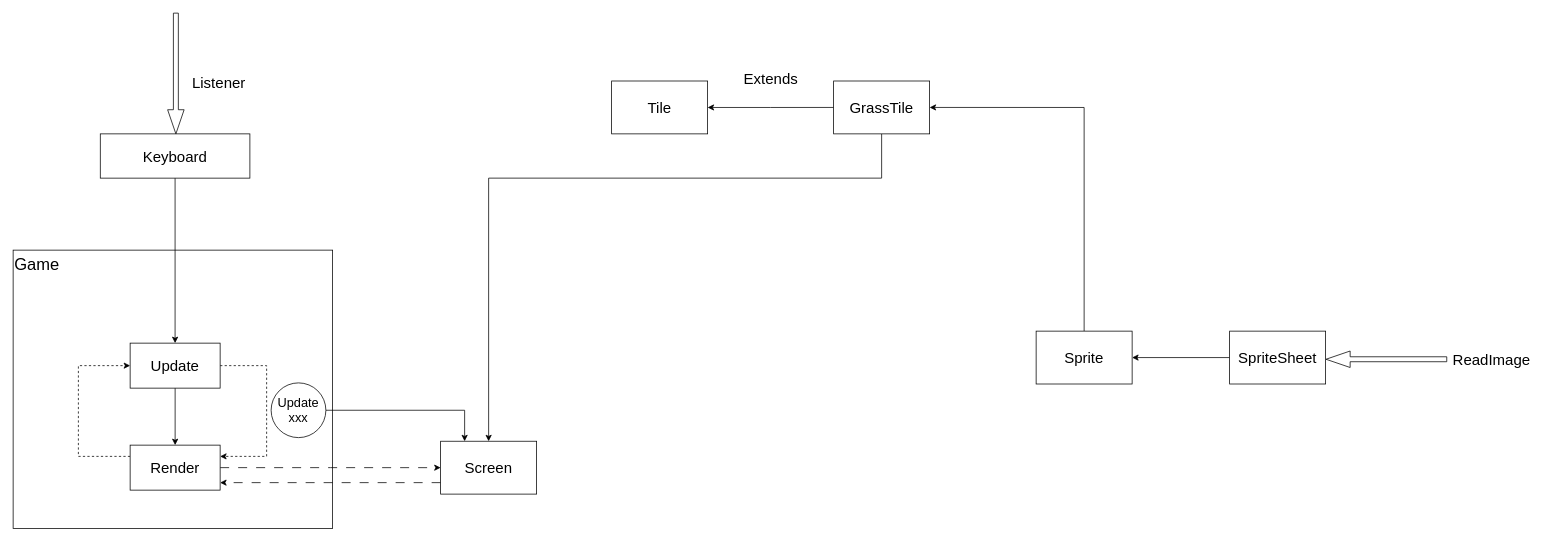
Above: Game.drawio in xiaodongYao/DrawIO (draw.io), before the change. Source tidied: cells renumbered, new cells numbered last; positions are measured from the earlier drawing's top-left corner, leaving out a move shared by most shapes. Both pictures are drawn from the tidied source at 75%, with x=0, y=0 at pixel (13, 13).
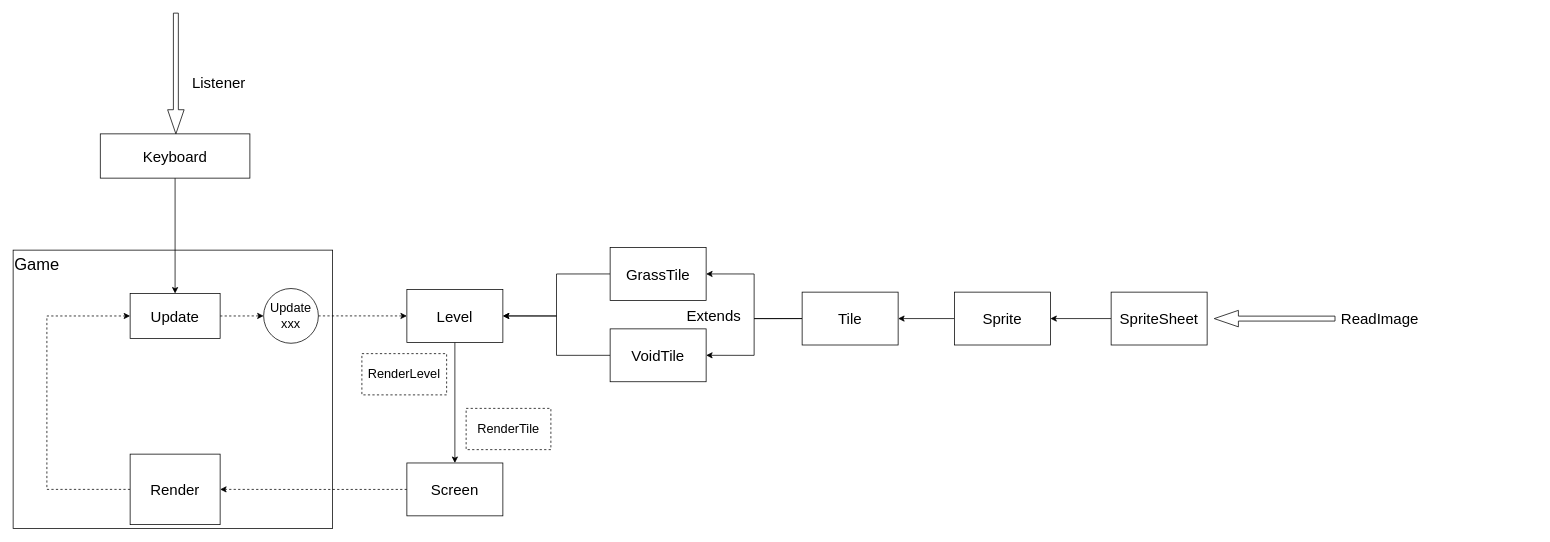
After the change.

The edit, as a diff of the source:
```diff
@@
-    <mxCell id="3" style="edgeStyle=orthogonalEdgeStyle;rounded=0;orthogonalLoop=1;jettySize=auto;html=1;exitX=0;exitY=0.5;exitDx=0;exitDy=0;dashed=1;dashPattern=12 12;" parent="1" edge="1">
-      <mxGeometry relative="1" as="geometry">
-        <mxPoint x="570" y="626" as="sourcePoint" />
-        <mxPoint x="276" y="626" as="targetPoint" />
-      </mxGeometry>
-    </mxCell>
+    <mxCell id="28" style="edgeStyle=orthogonalEdgeStyle;rounded=0;jettySize=auto;html=1;exitX=0;exitY=0.5;exitDx=0;exitDy=0;entryX=1;entryY=0.5;entryDx=0;entryDy=0;dashed=1;" parent="1" edge="1" source="4" target="14">
+      <mxGeometry relative="1" as="geometry" />
+    </mxCell>
     <mxCell id="4" value="Screen" style="rounded=0;whiteSpace=wrap;html=1;align=center;verticalAlign=middle;fontSize=20;" parent="1" vertex="1">
-      <mxGeometry x="570" y="570.8" width="128" height="70.5" as="geometry" />
+      <mxGeometry x="525" y="599.8" width="128" height="70.5" as="geometry" />
     </mxCell>
@@
-    <mxCell id="9" style="edgeStyle=orthogonalEdgeStyle;rounded=0;jettySize=auto;html=1;exitX=0.5;exitY=1;exitDx=0;exitDy=0;" parent="1" edge="1" source="11" target="14">
-      <mxGeometry relative="1" as="geometry" />
-    </mxCell>
-    <mxCell id="10" style="edgeStyle=orthogonalEdgeStyle;rounded=0;jettySize=auto;html=1;exitX=1;exitY=0.5;exitDx=0;exitDy=0;entryX=1;entryY=0.25;entryDx=0;entryDy=0;dashed=1;" parent="1" edge="1" source="11" target="14">
-      <mxGeometry relative="1" as="geometry">
-        <Array as="points">
-          <mxPoint x="338" y="470" />
-          <mxPoint x="338" y="591" />
-        </Array>
-      </mxGeometry>
-    </mxCell>
+    <mxCell id="29" style="edgeStyle=orthogonalEdgeStyle;rounded=0;jettySize=auto;html=1;exitX=1;exitY=0.5;exitDx=0;exitDy=0;entryX=0;entryY=0.5;entryDx=0;entryDy=0;dashed=1;" parent="1" edge="1" source="11" target="22">
+      <mxGeometry relative="1" as="geometry" />
+    </mxCell>
     <mxCell id="11" value="Update" style="rounded=0;whiteSpace=wrap;html=1;fontSize=20;" parent="1" vertex="1">
-      <mxGeometry x="156" y="440" width="120" height="60" as="geometry" />
+      <mxGeometry x="156" y="373.8" width="120" height="60" as="geometry" />
     </mxCell>
-    <mxCell id="12" style="edgeStyle=orthogonalEdgeStyle;rounded=0;jettySize=auto;html=1;exitX=0;exitY=0.25;exitDx=0;exitDy=0;entryX=0;entryY=0.5;entryDx=0;entryDy=0;dashed=1;" parent="1" edge="1" source="14" target="11">
+    <mxCell id="12" style="edgeStyle=orthogonalEdgeStyle;rounded=0;jettySize=auto;html=1;exitX=0;exitY=0.5;exitDx=0;exitDy=0;entryX=0;entryY=0.5;entryDx=0;entryDy=0;dashed=1;" parent="1" edge="1" source="14" target="11">
       <mxGeometry relative="1" as="geometry">
         <Array as="points">
-          <mxPoint x="87" y="591" />
-          <mxPoint x="87" y="470" />
+          <mxPoint x="45" y="635" />
+          <mxPoint x="45" y="404" />
         </Array>
       </mxGeometry>
     </mxCell>
-    <mxCell id="13" style="edgeStyle=orthogonalEdgeStyle;rounded=0;jettySize=auto;html=1;exitX=1;exitY=0.5;exitDx=0;exitDy=0;entryX=0;entryY=0.5;entryDx=0;entryDy=0;dashed=1;dashPattern=12 12;" parent="1" edge="1" source="14" target="4">
-      <mxGeometry relative="1" as="geometry" />
-    </mxCell>
     <mxCell id="14" value="Render" style="rounded=0;whiteSpace=wrap;html=1;fontSize=20;" parent="1" vertex="1">
-      <mxGeometry x="156" y="576" width="120" height="60" as="geometry" />
+      <mxGeometry x="156" y="588" width="120" height="94" as="geometry" />
     </mxCell>
@@
     <mxCell id="16" value="SpriteSheet" style="rounded=0;whiteSpace=wrap;html=1;align=center;verticalAlign=middle;fontSize=20;" parent="1" vertex="1">
-      <mxGeometry x="1622" y="424" width="128" height="70.5" as="geometry" />
+      <mxGeometry x="1464" y="372" width="128" height="70.5" as="geometry" />
     </mxCell>
-    <mxCell id="17" style="edgeStyle=orthogonalEdgeStyle;rounded=0;jettySize=auto;html=1;exitX=0.5;exitY=0;exitDx=0;exitDy=0;entryX=1;entryY=0.5;entryDx=0;entryDy=0;" parent="1" edge="1" source="18" target="25">
-      <mxGeometry relative="1" as="geometry" />
-    </mxCell>
+    <mxCell id="30" style="edgeStyle=orthogonalEdgeStyle;rounded=0;jettySize=auto;html=1;exitX=0;exitY=0.5;exitDx=0;exitDy=0;entryX=1;entryY=0.5;entryDx=0;entryDy=0;" parent="1" edge="1" source="18" target="26">
+      <mxGeometry relative="1" as="geometry" />
+    </mxCell>
     <mxCell id="18" value="Sprite" style="rounded=0;whiteSpace=wrap;html=1;align=center;verticalAlign=middle;fontSize=20;" parent="1" vertex="1">
-      <mxGeometry x="1364" y="424" width="128" height="70.5" as="geometry" />
+      <mxGeometry x="1255" y="372" width="128" height="70.5" as="geometry" />
     </mxCell>
     <mxCell id="19" style="shape=singleArrow;direction=south;whiteSpace=wrap;html=1;rotation=90;" parent="1" vertex="1">
-      <mxGeometry x="1820" y="381" width="22" height="161" as="geometry" />
+      <mxGeometry x="1671" y="326.8" width="22" height="161" as="geometry" />
     </mxCell>
     <mxCell id="20" value="ReadImage" style="text;html=1;align=center;verticalAlign=middle;whiteSpace=wrap;rounded=0;fontSize=20;" parent="1" vertex="1">
-      <mxGeometry x="1912" y="435" width="119" height="53" as="geometry" />
+      <mxGeometry x="1763" y="380.8" width="119" height="53" as="geometry" />
     </mxCell>
-    <mxCell id="21" style="edgeStyle=orthogonalEdgeStyle;rounded=0;jettySize=auto;html=1;exitX=1;exitY=0.5;exitDx=0;exitDy=0;entryX=0.25;entryY=0;entryDx=0;entryDy=0;" parent="1" edge="1" source="22" target="4">
-      <mxGeometry relative="1" as="geometry" />
-    </mxCell>
+    <mxCell id="31" style="edgeStyle=orthogonalEdgeStyle;rounded=0;jettySize=auto;html=1;exitX=1;exitY=0.5;exitDx=0;exitDy=0;entryX=0;entryY=0.5;entryDx=0;entryDy=0;dashed=1;" parent="1" edge="1" source="22" target="36">
+      <mxGeometry relative="1" as="geometry" />
+    </mxCell>
     <mxCell id="22" value="Update xxx" style="ellipse;whiteSpace=wrap;html=1;fontSize=17;" parent="1" vertex="1">
-      <mxGeometry x="344" y="493" width="73" height="73" as="geometry" />
+      <mxGeometry x="334" y="367.2" width="73" height="73" as="geometry" />
     </mxCell>
-    <mxCell id="23" style="edgeStyle=orthogonalEdgeStyle;rounded=0;jettySize=auto;html=1;exitX=0.5;exitY=1;exitDx=0;exitDy=0;entryX=0.5;entryY=0;entryDx=0;entryDy=0;" parent="1" edge="1" source="25" target="4">
-      <mxGeometry relative="1" as="geometry">
-        <Array as="points">
-          <mxPoint x="1158" y="220" />
-          <mxPoint x="634" y="220" />
-        </Array>
-      </mxGeometry>
-    </mxCell>
-    <mxCell id="24" style="edgeStyle=orthogonalEdgeStyle;rounded=0;jettySize=auto;html=1;exitX=0;exitY=0.5;exitDx=0;exitDy=0;" parent="1" edge="1" source="25" target="26">
-      <mxGeometry relative="1" as="geometry" />
-    </mxCell>
+    <mxCell id="32" style="edgeStyle=orthogonalEdgeStyle;rounded=0;jettySize=auto;html=1;exitX=0;exitY=0.5;exitDx=0;exitDy=0;entryX=1;entryY=0.5;entryDx=0;entryDy=0;" parent="1" edge="1" source="25" target="36">
+      <mxGeometry relative="1" as="geometry" />
+    </mxCell>
     <mxCell id="25" value="GrassTile" style="rounded=0;whiteSpace=wrap;html=1;align=center;verticalAlign=middle;fontSize=20;" parent="1" vertex="1">
-      <mxGeometry x="1094" y="90.5" width="128" height="70.5" as="geometry" />
+      <mxGeometry x="796" y="312.5" width="128" height="70.5" as="geometry" />
     </mxCell>
+    <mxCell id="33" style="edgeStyle=orthogonalEdgeStyle;rounded=0;jettySize=auto;html=1;exitX=0;exitY=0.5;exitDx=0;exitDy=0;entryX=1;entryY=0.5;entryDx=0;entryDy=0;" parent="1" edge="1" source="26" target="25">
+      <mxGeometry relative="1" as="geometry" />
+    </mxCell>
+    <mxCell id="34" style="edgeStyle=orthogonalEdgeStyle;rounded=0;jettySize=auto;html=1;exitX=0;exitY=0.5;exitDx=0;exitDy=0;entryX=1;entryY=0.5;entryDx=0;entryDy=0;" parent="1" edge="1" source="26" target="38">
+      <mxGeometry relative="1" as="geometry" />
+    </mxCell>
     <mxCell id="26" value="Tile" style="rounded=0;whiteSpace=wrap;html=1;align=center;verticalAlign=middle;fontSize=20;" parent="1" vertex="1">
-      <mxGeometry x="798" y="90.5" width="128" height="70.5" as="geometry" />
+      <mxGeometry x="1052" y="372" width="128" height="70.5" as="geometry" />
     </mxCell>
     <mxCell id="27" value="Extends" style="text;html=1;align=center;verticalAlign=middle;whiteSpace=wrap;rounded=0;fontSize=20;" parent="1" vertex="1">
-      <mxGeometry x="963" y="65" width="95" height="44" as="geometry" />
+      <mxGeometry x="887" y="380.8" width="95" height="44" as="geometry" />
     </mxCell>
+    <mxCell id="35" style="edgeStyle=orthogonalEdgeStyle;rounded=0;jettySize=auto;html=1;exitX=0.5;exitY=1;exitDx=0;exitDy=0;" parent="1" edge="1" source="36" target="4">
+      <mxGeometry relative="1" as="geometry" />
+    </mxCell>
+    <mxCell id="36" value="Level" style="rounded=0;whiteSpace=wrap;html=1;align=center;verticalAlign=middle;fontSize=20;" parent="1" vertex="1">
+      <mxGeometry x="525" y="368.5" width="128" height="70.5" as="geometry" />
+    </mxCell>
+    <mxCell id="37" style="edgeStyle=orthogonalEdgeStyle;rounded=0;jettySize=auto;html=1;exitX=0;exitY=0.5;exitDx=0;exitDy=0;entryX=1;entryY=0.5;entryDx=0;entryDy=0;" parent="1" edge="1" source="38" target="36">
+      <mxGeometry relative="1" as="geometry" />
+    </mxCell>
+    <mxCell id="38" value="VoidTile" style="rounded=0;whiteSpace=wrap;html=1;align=center;verticalAlign=middle;fontSize=20;" parent="1" vertex="1">
+      <mxGeometry x="796" y="421" width="128" height="70.5" as="geometry" />
+    </mxCell>
+    <mxCell id="39" value="RenderLevel" style="text;html=1;align=center;verticalAlign=middle;whiteSpace=wrap;rounded=0;fontSize=17;strokeColor=default;dashed=1;" parent="1" vertex="1">
+      <mxGeometry x="465" y="454" width="113" height="55" as="geometry" />
+    </mxCell>
+    <mxCell id="40" value="RenderTile" style="text;html=1;align=center;verticalAlign=middle;whiteSpace=wrap;rounded=0;fontSize=17;strokeColor=default;dashed=1;" parent="1" vertex="1">
+      <mxGeometry x="604" y="527" width="113" height="55" as="geometry" />
+    </mxCell>
```
